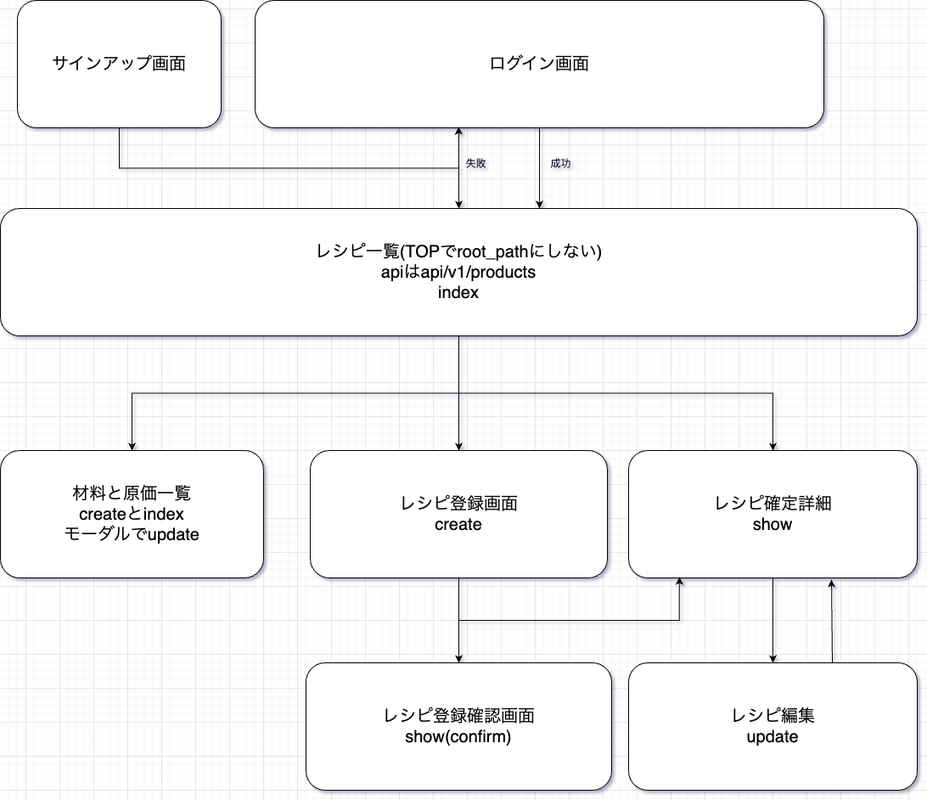
This is images/transition_diagram.png from uenomoto/original_product, a draw.io export, as it was before one commit. Source tidied: cells renumbered, new cells last; positions are measured from the earlier drawing's top-left corner, leaving out a move shared by most shapes.
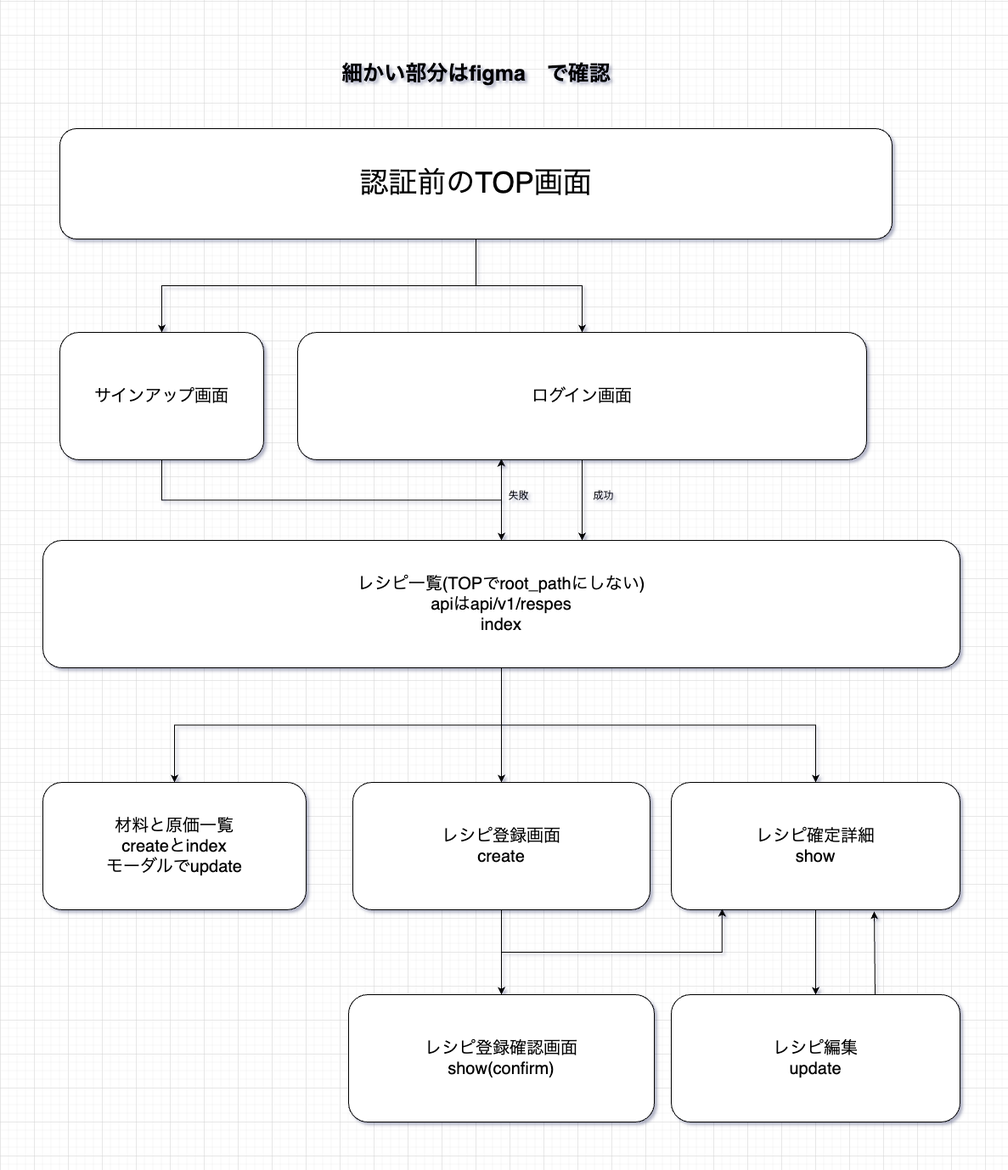
Later version of the same file.

Commit message:
画面遷移図編集

What changed in the source:
```diff
@@ -20,7 +20,7 @@
     <mxCell id="7" style="edgeStyle=orthogonalEdgeStyle;rounded=0;jettySize=auto;html=1;" parent="1" edge="1" source="8" target="12">
       <mxGeometry relative="1" as="geometry" />
     </mxCell>
-    <mxCell id="8" value="&lt;span style=&quot;font-size: 20px;&quot;&gt;レシピ一覧(TOPでroot_pathにしない)&lt;br&gt;apiはapi/v1/products&lt;br&gt;index&lt;br&gt;&lt;/span&gt;" style="rounded=1;whiteSpace=wrap;html=1;" parent="1" vertex="1">
+    <mxCell id="8" value="&lt;span style=&quot;font-size: 20px;&quot;&gt;レシピ一覧(TOPでroot_pathにしない)&lt;br&gt;apiはapi/v1/respes&lt;br&gt;index&lt;br&gt;&lt;/span&gt;" style="rounded=1;whiteSpace=wrap;html=1;" parent="1" vertex="1">
       <mxGeometry y="245" width="1080" height="150" as="geometry" />
     </mxCell>
     <mxCell id="9" style="edgeStyle=orthogonalEdgeStyle;rounded=0;jettySize=auto;html=1;entryX=0.5;entryY=0;entryDx=0;entryDy=0;" parent="1" edge="1" source="10" target="18">
@@ -64,5 +64,17 @@
     <mxCell id="21" value="失敗" style="text;html=1;align=center;verticalAlign=middle;strokeColor=none;fillColor=none;" parent="1" vertex="1">
       <mxGeometry x="535" y="178" width="50" height="30" as="geometry" />
     </mxCell>
+    <mxCell id="22" style="edgeStyle=orthogonalEdgeStyle;rounded=0;jettySize=auto;html=1;entryX=0.5;entryY=0;entryDx=0;entryDy=0;" parent="1" edge="1" source="24" target="15">
+      <mxGeometry relative="1" as="geometry" />
+    </mxCell>
+    <mxCell id="23" style="edgeStyle=orthogonalEdgeStyle;rounded=0;jettySize=auto;html=1;entryX=0.5;entryY=0;entryDx=0;entryDy=0;" parent="1" edge="1" source="24" target="3">
+      <mxGeometry relative="1" as="geometry" />
+    </mxCell>
+    <mxCell id="24" value="&lt;p&gt;&lt;font style=&quot;font-size: 34px;&quot;&gt;認証前のTOP画面&lt;/font&gt;&lt;/p&gt;" style="rounded=1;whiteSpace=wrap;html=1;" parent="1" vertex="1">
+      <mxGeometry x="20" y="-240" width="980" height="130" as="geometry" />
+    </mxCell>
+    <mxCell id="25" value="&lt;h2 style=&quot;font-size: 25px;&quot;&gt;細かい部分はfigma　で確認&lt;/h2&gt;" style="text;html=1;strokeColor=none;fillColor=none;align=center;verticalAlign=middle;whiteSpace=wrap;rounded=0;" parent="1" vertex="1">
+      <mxGeometry x="327.5" y="-320" width="365" height="30" as="geometry" />
+    </mxCell>
   </root>
 </mxGraphModel>
```
